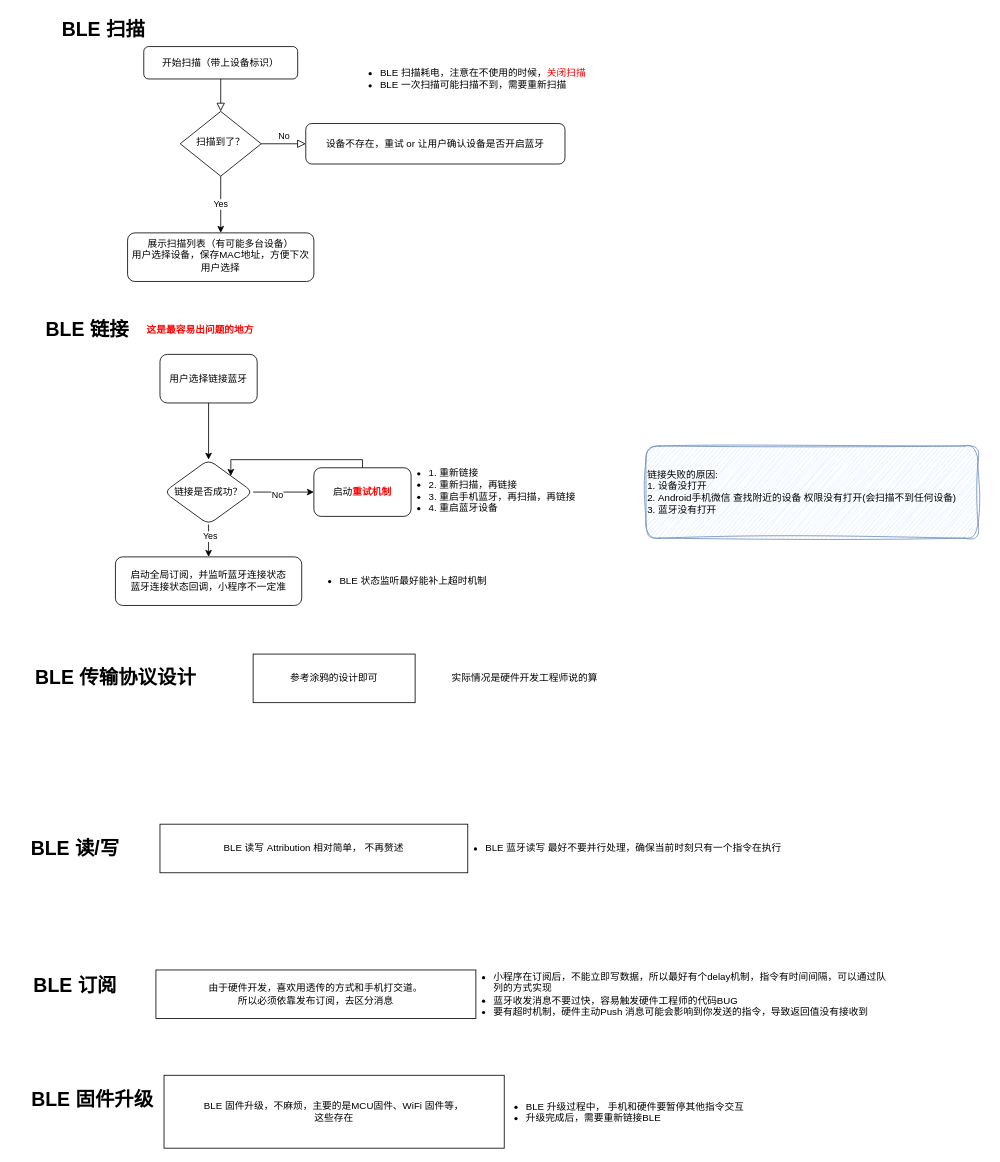
This is ble.drawio from timzaak/blog, a draw.io file, before an edit. Source tidied: cells renumbered, new cells numbered last; positions are measured from the earlier drawing's top-left corner, leaving out a move shared by most shapes. Both pictures are drawn from the tidied source at 81%, with x=0, y=0 at pixel (14, 14).
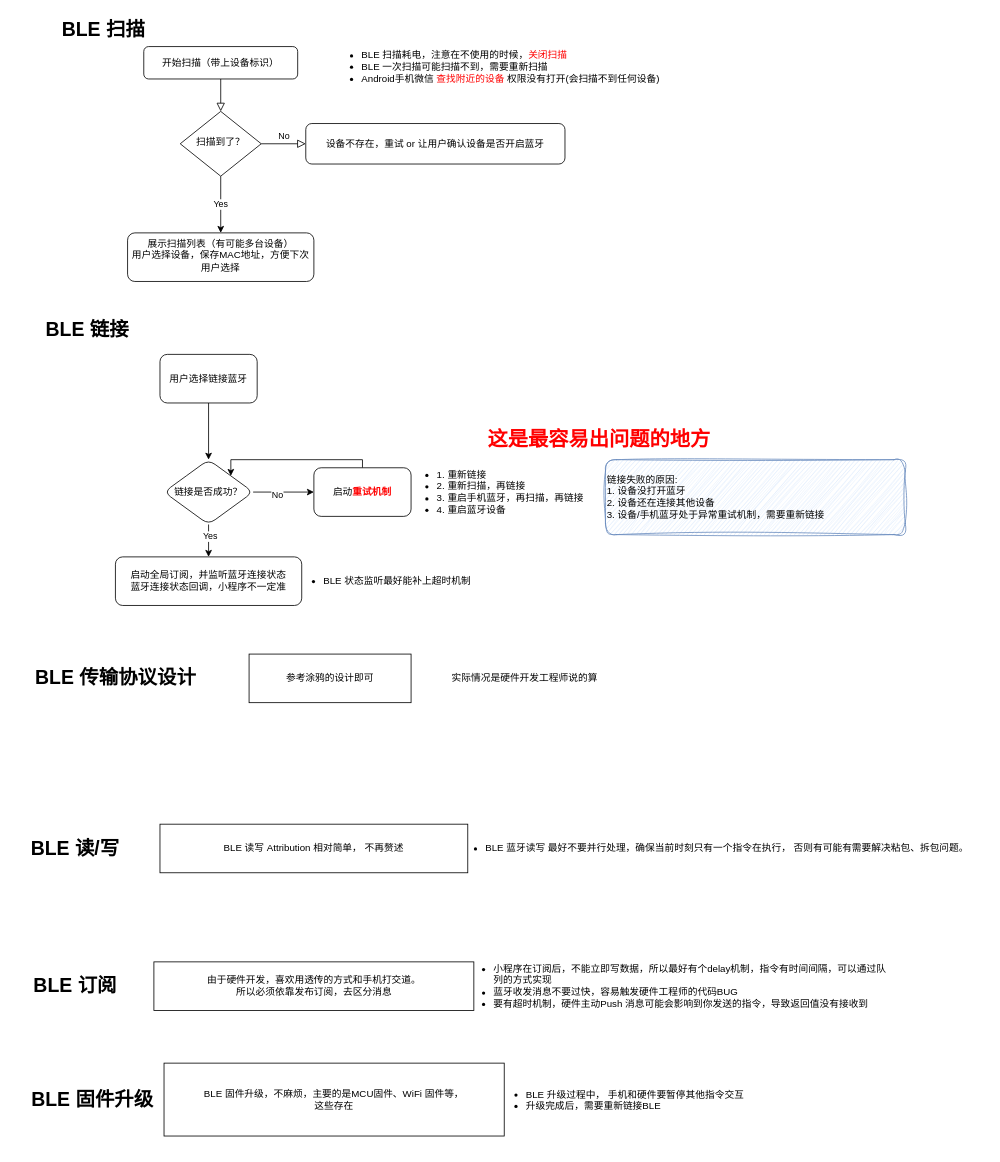
Above is the later version.

Change to the diagram source:
```diff
@@
-    <mxCell id="11" value="&lt;ul&gt;&lt;li&gt;BLE 扫描耗电，注意在不使用的时候，&lt;font color=&quot;#ff0000&quot;&gt;关闭扫描&lt;/font&gt;&lt;/li&gt;&lt;li&gt;BLE 一次扫描可能扫描不到，需要重新扫描&lt;/li&gt;&lt;/ul&gt;" style="text;strokeColor=none;fillColor=none;html=1;whiteSpace=wrap;verticalAlign=middle;overflow=hidden;" parent="1" vertex="1">
-      <mxGeometry x="410" y="30" width="320" height="100" as="geometry" />
+    <mxCell id="11" value="&lt;ul&gt;&lt;li&gt;BLE 扫描耗电，注意在不使用的时候，&lt;font color=&quot;#ff0000&quot;&gt;关闭扫描&lt;/font&gt;&lt;/li&gt;&lt;li&gt;BLE 一次扫描可能扫描不到，需要重新扫描&lt;/li&gt;&lt;li&gt;Android手机微信 &lt;font color=&quot;#ff0000&quot;&gt;查找附近的设备&lt;/font&gt; 权限没有打开(会扫描不到任何设备)&lt;br style=&quot;border-color: var(--border-color);&quot;&gt;&lt;/li&gt;&lt;/ul&gt;" style="text;strokeColor=none;fillColor=none;html=1;whiteSpace=wrap;verticalAlign=middle;overflow=hidden;" parent="1" vertex="1">
+      <mxGeometry x="387" y="20" width="440" height="90" as="geometry" />
     </mxCell>
@@
     <mxCell id="22" value="&lt;ul&gt;&lt;li&gt;1. 重新链接&lt;/li&gt;&lt;li&gt;&lt;span style=&quot;background-color: initial;&quot;&gt;2. 重新扫描，再链接&lt;/span&gt;&lt;/li&gt;&lt;li&gt;&lt;span style=&quot;background-color: initial;&quot;&gt;3. 重启手机蓝牙，再扫描，再链接&lt;/span&gt;&lt;br&gt;&lt;/li&gt;&lt;li&gt;&lt;span style=&quot;background-color: initial;&quot;&gt;4. 重启蓝牙设备&lt;/span&gt;&lt;/li&gt;&lt;/ul&gt;" style="text;strokeColor=none;fillColor=none;html=1;whiteSpace=wrap;verticalAlign=middle;overflow=hidden;" parent="1" vertex="1">
-      <mxGeometry x="470" y="525" width="240" height="125" as="geometry" />
+      <mxGeometry x="480" y="527.5" width="240" height="125" as="geometry" />
     </mxCell>
@@
     <mxCell id="27" value="参考涂鸦的设计即可" style="whiteSpace=wrap;html=1;" parent="1" vertex="1">
-      <mxGeometry x="295" y="790" width="200" height="60" as="geometry" />
+      <mxGeometry x="290" y="790" width="200" height="60" as="geometry" />
     </mxCell>
     <mxCell id="28" value="&lt;ul&gt;&lt;li&gt;BLE 状态监听最好能补上超时机制&lt;br&gt;&lt;/li&gt;&lt;/ul&gt;" style="text;strokeColor=none;fillColor=none;html=1;whiteSpace=wrap;verticalAlign=middle;overflow=hidden;" parent="1" vertex="1">
-      <mxGeometry x="360" y="670" width="250" height="60" as="geometry" />
+      <mxGeometry x="340" y="670" width="250" height="60" as="geometry" />
     </mxCell>
@@
     <mxCell id="30" value="由于硬件开发，喜欢用透传的方式和手机打交道。&lt;br&gt;所以必须依靠发布订阅，去区分消息" style="rounded=0;whiteSpace=wrap;html=1;" parent="1" vertex="1">
-      <mxGeometry x="175" y="1180" width="395" height="60" as="geometry" />
+      <mxGeometry x="172.5" y="1170" width="395" height="60" as="geometry" />
     </mxCell>
-    <mxCell id="31" value="&lt;ul&gt;&lt;li&gt;BLE 蓝牙读写 最好不要并行处理，确保当前时刻只有一个指令在执行&lt;/li&gt;&lt;/ul&gt;" style="text;strokeColor=none;fillColor=none;html=1;whiteSpace=wrap;verticalAlign=middle;overflow=hidden;" parent="1" vertex="1">
-      <mxGeometry x="540" y="990" width="420" height="80" as="geometry" />
+    <mxCell id="31" value="&lt;ul&gt;&lt;li&gt;BLE 蓝牙读写 最好不要并行处理，确保当前时刻只有一个指令在执行， 否则有可能有需要解决粘包、拆包问题。&lt;/li&gt;&lt;/ul&gt;" style="text;strokeColor=none;fillColor=none;html=1;whiteSpace=wrap;verticalAlign=middle;overflow=hidden;" parent="1" vertex="1">
+      <mxGeometry x="540" y="990" width="660" height="80" as="geometry" />
     </mxCell>
     <mxCell id="32" value="&lt;ul&gt;&lt;li style=&quot;border-color: var(--border-color);&quot;&gt;小程序在订阅后，不能立即写数据，所以最好有个delay机制，指令有时间间隔，可以通过队列的方式实现&lt;/li&gt;&lt;li style=&quot;border-color: var(--border-color);&quot;&gt;蓝牙收发消息不要过快，容易触发硬件工程师的代码BUG&lt;/li&gt;&lt;li style=&quot;border-color: var(--border-color);&quot;&gt;要有超时机制，硬件主动Push 消息可能会影响到你发送的指令，导致返回值没有接收到&lt;/li&gt;&lt;/ul&gt;" style="text;strokeColor=none;fillColor=none;html=1;whiteSpace=wrap;verticalAlign=middle;overflow=hidden;" parent="1" vertex="1">
-      <mxGeometry x="550" y="1155" width="530" height="110" as="geometry" />
+      <mxGeometry x="550" y="1145" width="530" height="110" as="geometry" />
     </mxCell>
-    <mxCell id="33" value="&lt;b&gt;&lt;font color=&quot;#ff0000&quot;&gt;这是最容易出问题的地方&lt;/font&gt;&lt;/b&gt;" style="text;html=1;strokeColor=none;fillColor=none;align=center;verticalAlign=middle;whiteSpace=wrap;rounded=0;" parent="1" vertex="1">
-      <mxGeometry x="130" y="365" width="200" height="50" as="geometry" />
+    <mxCell id="33" value="&lt;b&gt;&lt;font style=&quot;font-size: 25px;&quot; color=&quot;#ff0000&quot;&gt;这是最容易出问题的地方&lt;/font&gt;&lt;/b&gt;" style="text;html=1;strokeColor=none;fillColor=none;align=center;verticalAlign=middle;whiteSpace=wrap;rounded=0;" parent="1" vertex="1">
+      <mxGeometry x="540" y="500" width="365" height="45" as="geometry" />
     </mxCell>
@@
     <mxCell id="35" value="BLE 固件升级，不麻烦，主要的是MCU固件、WiFi 固件等，&lt;br&gt;这些存在" style="whiteSpace=wrap;html=1;" parent="1" vertex="1">
-      <mxGeometry x="185" y="1310" width="420" height="90" as="geometry" />
+      <mxGeometry x="185" y="1295" width="420" height="90" as="geometry" />
     </mxCell>
     <mxCell id="36" value="&lt;ul&gt;&lt;li&gt;BLE 升级过程中， 手机和硬件要暂停其他指令交互&lt;/li&gt;&lt;li&gt;升级完成后，需要重新链接BLE&lt;/li&gt;&lt;/ul&gt;" style="text;strokeColor=none;fillColor=none;html=1;whiteSpace=wrap;verticalAlign=middle;overflow=hidden;" parent="1" vertex="1">
-      <mxGeometry x="590" y="1327.5" width="350" height="55" as="geometry" />
+      <mxGeometry x="590" y="1312.5" width="350" height="55" as="geometry" />
     </mxCell>
-    <mxCell id="37" value="链接失败的原因:&lt;br&gt;1. 设备没打开&lt;br&gt;2. Android手机微信 查找附近的设备 权限没有打开(会扫描不到任何设备)&lt;br&gt;3. 蓝牙没有打开" style="rounded=1;whiteSpace=wrap;html=1;align=left;fillStyle=auto;strokeColor=#6c8ebf;sketch=1;curveFitting=1;jiggle=2;fillColor=#dae8fc;" parent="1" vertex="1">
-      <mxGeometry x="780" y="533.1" width="410" height="113.8" as="geometry" />
+    <mxCell id="37" value="链接失败的原因:&lt;br&gt;1. 设备没打开蓝牙&lt;br&gt;2. 设备还在连接其他设备&lt;br&gt;3. 设备/手机蓝牙处于异常重试机制，需要重新链接" style="rounded=1;whiteSpace=wrap;html=1;align=left;fillStyle=auto;strokeColor=#6c8ebf;sketch=1;curveFitting=1;jiggle=2;fillColor=#dae8fc;" parent="1" vertex="1">
+      <mxGeometry x="730" y="550" width="370" height="92.5" as="geometry" />
     </mxCell>
```
